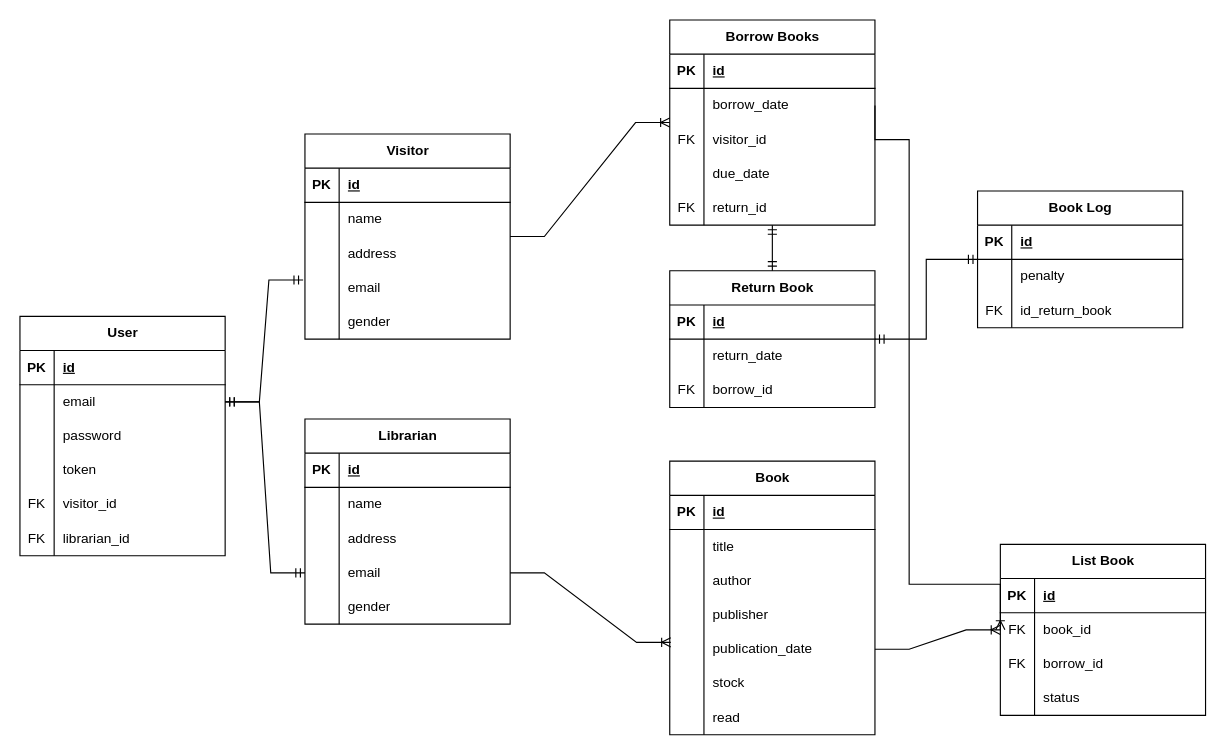
The draw.io diagram page "Entity" (1 of 3) of Diagram Tanpa Judul.drawio in Syaal/library, before the edit. Source tidied: cells renumbered, new cells numbered last; positions are measured from the earlier drawing's top-left corner, leaving out a move shared by most shapes. Both pictures are drawn from the tidied source at 114%, with x=0, y=0 at pixel (19, 19).
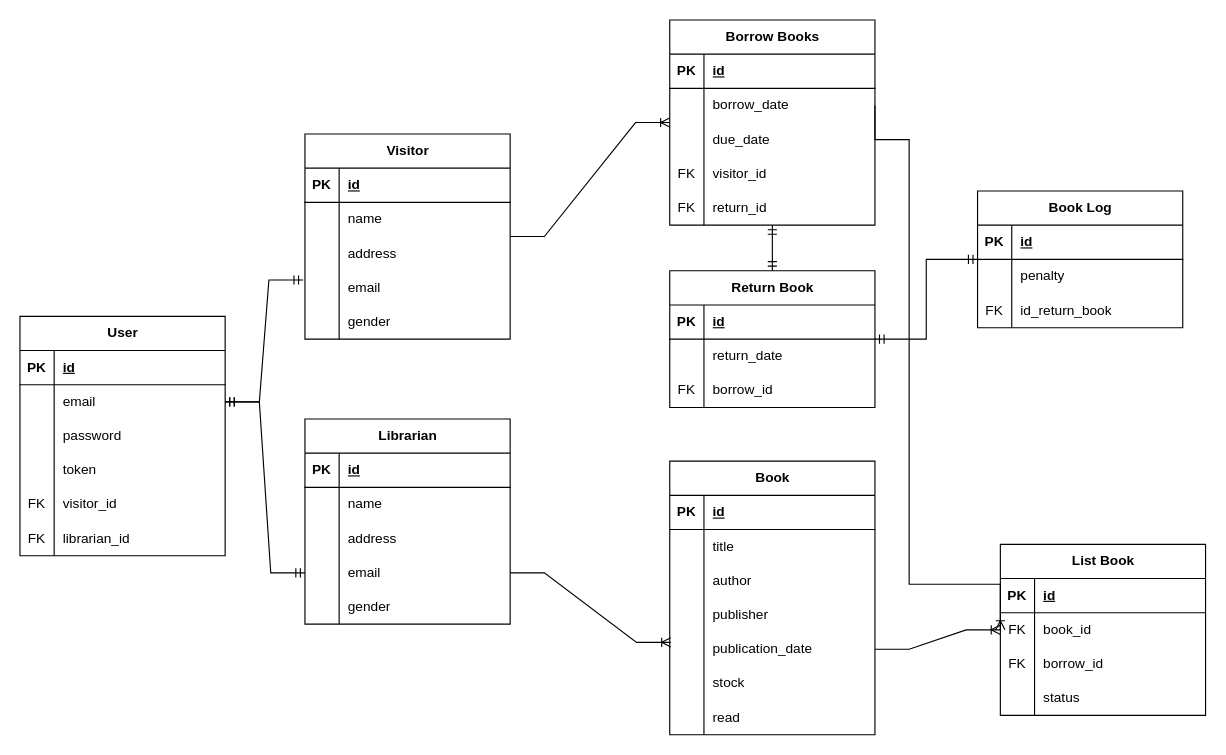
Above is the later version.

Unchanged cells that the change refers to:
```xml
<mxCell id="47" style="shape=tableRow;horizontal=0;startSize=0;swimlaneHead=0;swimlaneBody=0;fillColor=none;top=0;left=0;right=0;bottom=0;" parent="40" vertex="1">
  <mxGeometry y="90" width="180" height="30" as="geometry" />
</mxCell>
<mxCell id="50" style="shape=tableRow;horizontal=0;startSize=0;swimlaneHead=0;swimlaneBody=0;fillColor=none;top=0;left=0;right=0;bottom=0;" parent="40" vertex="1">
  <mxGeometry y="120" width="180" height="30" as="geometry" />
</mxCell>
```

Change to the diagram source:
```diff
@@
-    <mxCell id="48" value="FK" style="shape=partialRectangle;fillColor=none;top=0;left=0;bottom=0;right=0;overflow=hidden;whiteSpace=wrap;html=1;" parent="47" vertex="1">
+    <mxCell id="48" style="shape=partialRectangle;fillColor=none;top=0;left=0;bottom=0;right=0;overflow=hidden;whiteSpace=wrap;html=1;" parent="47" vertex="1">
       <mxGeometry width="30" height="30" as="geometry" />
     </mxCell>
-    <mxCell id="49" value="visitor_id" style="shape=partialRectangle;fillColor=none;top=0;left=0;bottom=0;right=0;align=left;spacingLeft=6;overflow=hidden;whiteSpace=wrap;html=1;" parent="47" vertex="1">
+    <mxCell id="49" value="due_date" style="shape=partialRectangle;fillColor=none;top=0;left=0;bottom=0;right=0;align=left;spacingLeft=6;overflow=hidden;whiteSpace=wrap;html=1;" parent="47" vertex="1">
       <mxGeometry x="30" width="150" height="30" as="geometry" />
     </mxCell>
@@
-    <mxCell id="51" style="shape=partialRectangle;fillColor=none;top=0;left=0;bottom=0;right=0;overflow=hidden;whiteSpace=wrap;html=1;" parent="50" vertex="1">
+    <mxCell id="51" value="FK" style="shape=partialRectangle;fillColor=none;top=0;left=0;bottom=0;right=0;overflow=hidden;whiteSpace=wrap;html=1;" parent="50" vertex="1">
       <mxGeometry width="30" height="30" as="geometry" />
     </mxCell>
-    <mxCell id="52" value="due_date" style="shape=partialRectangle;fillColor=none;top=0;left=0;bottom=0;right=0;align=left;spacingLeft=6;overflow=hidden;whiteSpace=wrap;html=1;" parent="50" vertex="1">
+    <mxCell id="52" value="visitor_id" style="shape=partialRectangle;fillColor=none;top=0;left=0;bottom=0;right=0;align=left;spacingLeft=6;overflow=hidden;whiteSpace=wrap;html=1;" parent="50" vertex="1">
       <mxGeometry x="30" width="150" height="30" as="geometry" />
     </mxCell>
```
